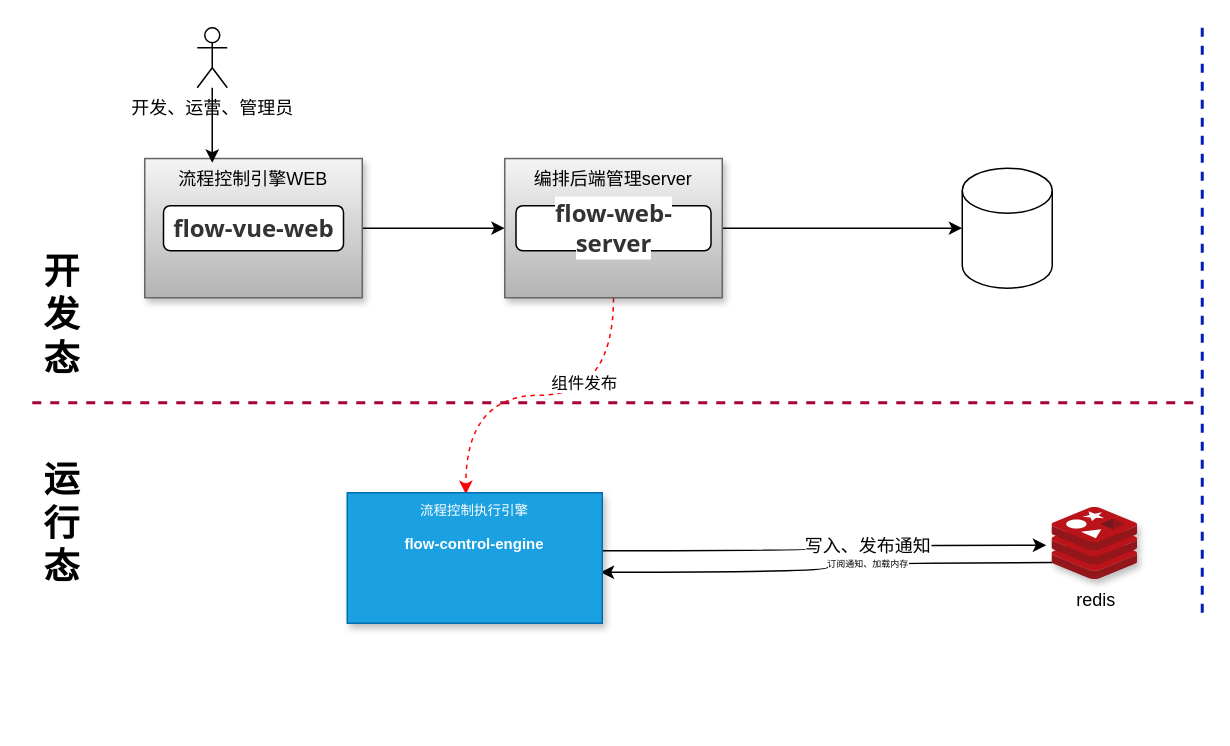
Before: page "第 18 页" (19 of 20) of 流控.drawio in qymmdj/draw-io, a draw.io diagram. Source tidied: cells renumbered, new cells numbered last; positions are measured from the earlier drawing's top-left corner, leaving out a move shared by most shapes. Both pictures are drawn from the tidied source at 150%, with x=0, y=0 at pixel (32, 27).
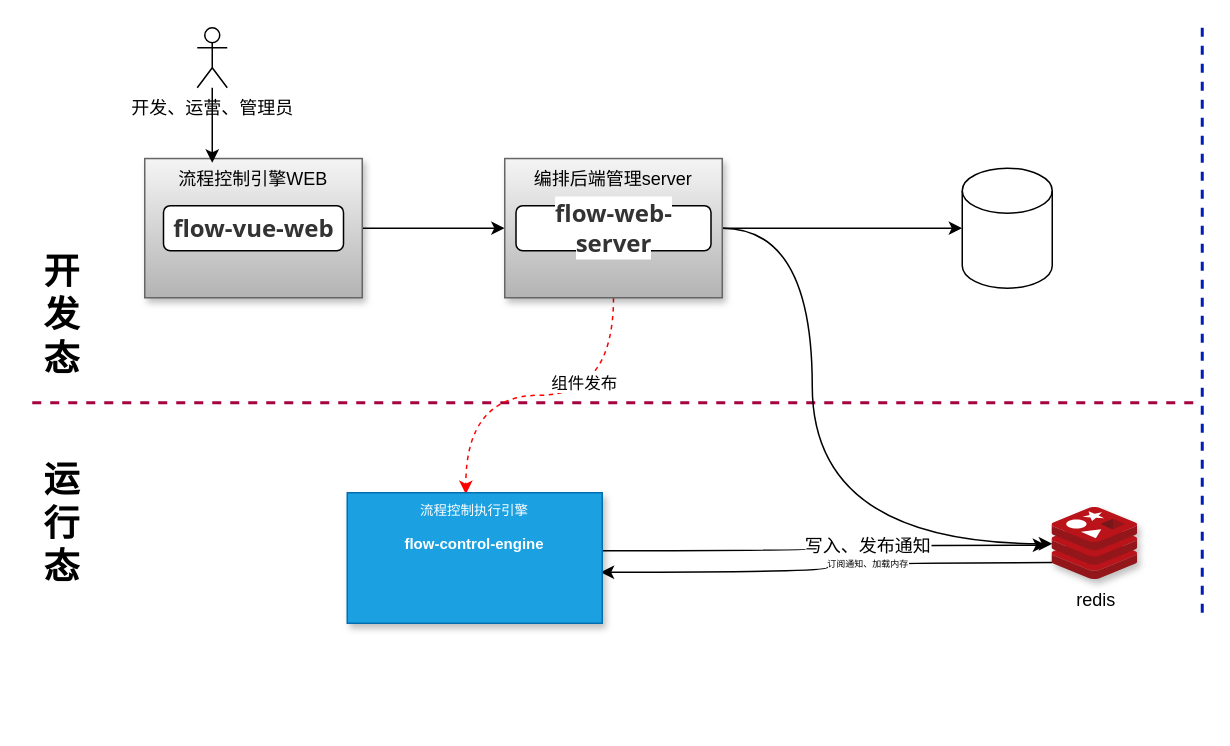
The same page after the edit.

Unchanged cells that the change refers to:
```xml
<mxCell id="13" value="redis" style="sketch=0;html=1;points=[];align=center;image;fontSize=12;image=img/lib/mscae/Cache_Redis_Product.svg;shadow=1;fontColor=#000000;" parent="1" vertex="1">
  <mxGeometry x="680" y="320" width="57.1" height="48" as="geometry" />
</mxCell>
<mxCell id="20" value="编排后端管理server" style="rounded=0;whiteSpace=wrap;html=1;fillColor=#f5f5f5;strokeColor=#666666;shadow=1;gradientColor=#b3b3b3;verticalAlign=top;" parent="1" vertex="1">
  <mxGeometry x="315" y="87.2" width="145" height="92.8" as="geometry" />
</mxCell>
```

What changed in the source:
```diff
@@
+    <mxCell id="23" style="edgeStyle=orthogonalEdgeStyle;rounded=0;jettySize=auto;html=1;curved=1;" parent="1" edge="1" source="20" target="13">
+      <mxGeometry relative="1" as="geometry">
+        <Array as="points">
+          <mxPoint x="520" y="134" />
+          <mxPoint x="520" y="344" />
+        </Array>
+      </mxGeometry>
+    </mxCell>
```
